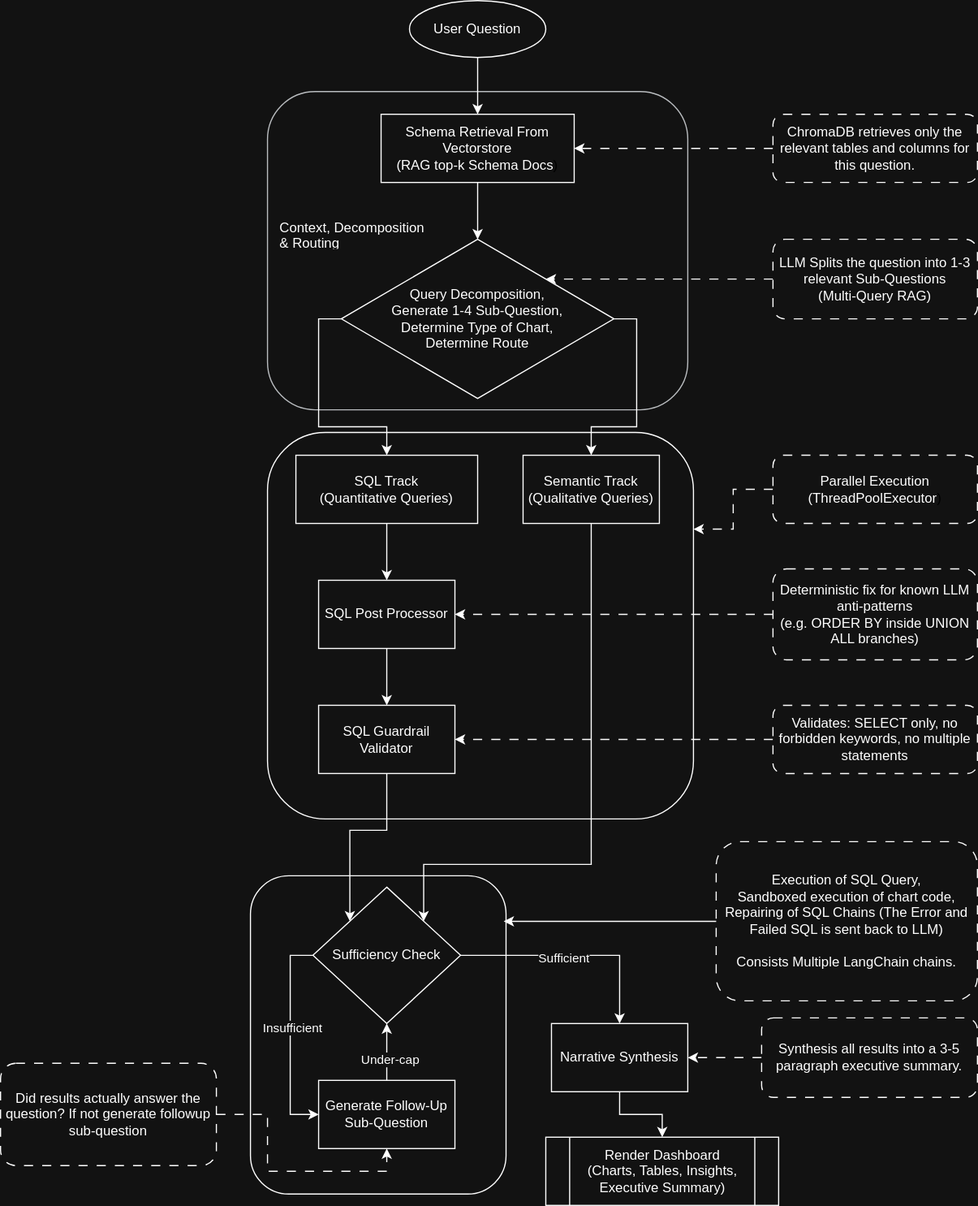
This is assets/InsightChain-final.drawio.svg from aman21900/InsightChain_Overview, a draw.io export, as it was before one commit. Source tidied: cells renumbered, new cells last; positions are measured from the earlier drawing's top-left corner, leaving out a move shared by most shapes.
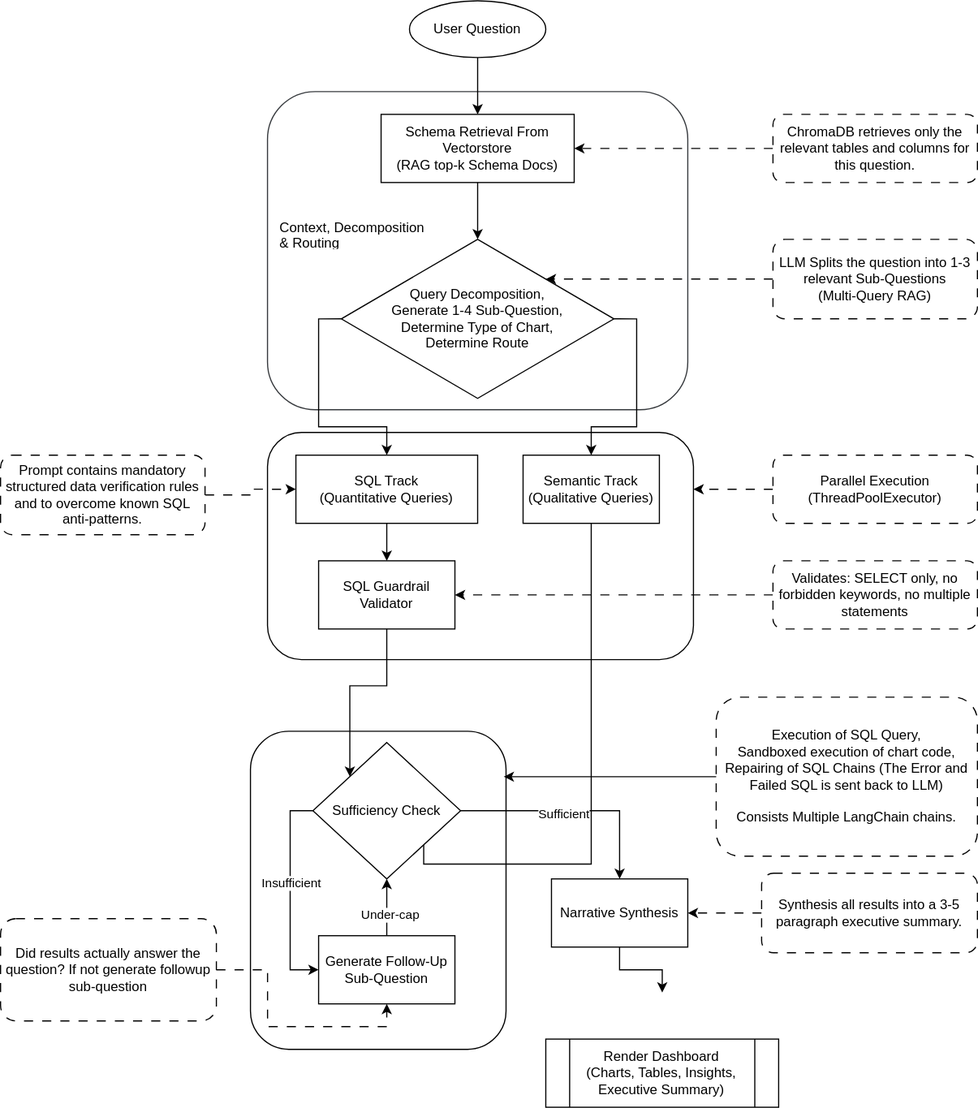
The same diagram one commit later.

Commit message:
Removed the information about SQL post processor from diagram and readme.

Change to the diagram source:
```diff
@@ -3,10 +3,10 @@
     <mxCell id="0" />
     <mxCell id="1" parent="0" />
     <mxCell id="2" style="rounded=1;whiteSpace=wrap;html=1;" parent="1" vertex="1">
-      <mxGeometry x="220" y="770" width="225" height="280" as="geometry" />
+      <mxGeometry x="220" y="643" width="225" height="280" as="geometry" />
     </mxCell>
     <mxCell id="3" style="rounded=1;whiteSpace=wrap;html=1;" parent="1" vertex="1">
-      <mxGeometry x="235" y="380" width="375" height="340" as="geometry" />
+      <mxGeometry x="235" y="380" width="375" height="200" as="geometry" />
     </mxCell>
     <mxCell id="4" style="rounded=1;whiteSpace=wrap;html=1;fillColor=default;strokeColor=#36393d;gradientColor=none;gradientDirection=south;" parent="1" vertex="1">
       <mxGeometry x="235" y="80" width="370" height="280" as="geometry" />
@@ -29,9 +29,6 @@
     <mxCell id="10" style="edgeStyle=orthogonalEdgeStyle;rounded=0;jettySize=auto;html=1;exitX=1;exitY=0.5;exitDx=0;exitDy=0;" parent="1" edge="1" source="30" target="14">
       <mxGeometry relative="1" as="geometry" />
     </mxCell>
-    <mxCell id="11" style="edgeStyle=orthogonalEdgeStyle;rounded=0;jettySize=auto;html=1;" parent="1" edge="1" source="12" target="16">
-      <mxGeometry relative="1" as="geometry" />
-    </mxCell>
     <mxCell id="12" value="SQL Track&lt;br&gt;(Quantitative Queries)" style="rounded=0;whiteSpace=wrap;html=1;" parent="1" vertex="1">
       <mxGeometry x="260" y="400" width="160" height="60" as="geometry" />
     </mxCell>
@@ -45,17 +42,14 @@
     <mxCell id="14" value="Semantic Track&lt;br&gt;(Qualitative Queries)" style="rounded=0;whiteSpace=wrap;html=1;" parent="1" vertex="1">
       <mxGeometry x="460" y="400" width="120" height="60" as="geometry" />
     </mxCell>
-    <mxCell id="15" style="edgeStyle=orthogonalEdgeStyle;rounded=0;jettySize=auto;html=1;" parent="1" edge="1" source="16" target="18">
+    <mxCell id="15" style="edgeStyle=orthogonalEdgeStyle;rounded=0;jettySize=auto;html=1;exitX=0.5;exitY=1;exitDx=0;exitDy=0;" parent="1" edge="1" source="12" target="18">
       <mxGeometry relative="1" as="geometry" />
     </mxCell>
-    <mxCell id="16" value="SQL Post Processor" style="rounded=0;whiteSpace=wrap;html=1;" parent="1" vertex="1">
-      <mxGeometry x="280" y="510" width="120" height="60" as="geometry" />
-    </mxCell>
     <mxCell id="17" style="edgeStyle=orthogonalEdgeStyle;rounded=0;jettySize=auto;html=1;entryX=0;entryY=0;entryDx=0;entryDy=0;" parent="1" edge="1" source="18" target="23">
       <mxGeometry relative="1" as="geometry" />
     </mxCell>
     <mxCell id="18" value="SQL Guardrail Validator" style="rounded=0;whiteSpace=wrap;html=1;" parent="1" vertex="1">
-      <mxGeometry x="280" y="620" width="120" height="60" as="geometry" />
+      <mxGeometry x="280" y="493" width="120" height="60" as="geometry" />
     </mxCell>
     <mxCell id="19" style="edgeStyle=orthogonalEdgeStyle;rounded=0;jettySize=auto;html=1;exitX=0;exitY=0.5;exitDx=0;exitDy=0;entryX=0;entryY=0.5;entryDx=0;entryDy=0;" parent="1" edge="1" source="23" target="26">
       <mxGeometry relative="1" as="geometry" />
@@ -70,7 +64,7 @@
       <mxGeometry x="-0.1" y="-2" relative="1" as="geometry" />
     </mxCell>
     <mxCell id="23" value="Sufficiency Check" style="rhombus;whiteSpace=wrap;html=1;" parent="1" vertex="1">
-      <mxGeometry x="275" y="780" width="130" height="120" as="geometry" />
+      <mxGeometry x="275" y="653" width="130" height="120" as="geometry" />
     </mxCell>
     <mxCell id="24" style="edgeStyle=orthogonalEdgeStyle;rounded=0;jettySize=auto;html=1;entryX=0.5;entryY=1;entryDx=0;entryDy=0;" parent="1" edge="1" source="26" target="23">
       <mxGeometry relative="1" as="geometry" />
@@ -79,16 +73,18 @@
       <mxGeometry x="-0.24" y="-2" relative="1" as="geometry" />
     </mxCell>
     <mxCell id="26" value="Generate Follow-Up Sub-Question" style="whiteSpace=wrap;html=1;" parent="1" vertex="1">
-      <mxGeometry x="280" y="950" width="120" height="60" as="geometry" />
+      <mxGeometry x="280" y="823" width="120" height="60" as="geometry" />
     </mxCell>
-    <mxCell id="27" style="edgeStyle=orthogonalEdgeStyle;rounded=0;jettySize=auto;html=1;" parent="1" edge="1" source="28" target="29">
-      <mxGeometry relative="1" as="geometry" />
+    <mxCell id="27" style="edgeStyle=orthogonalEdgeStyle;rounded=0;jettySize=auto;html=1;" parent="1" edge="1" source="28">
+      <mxGeometry relative="1" as="geometry">
+        <mxPoint x="582.5" y="873" as="targetPoint" />
+      </mxGeometry>
     </mxCell>
     <mxCell id="28" value="Narrative Synthesis" style="rounded=0;whiteSpace=wrap;html=1;" parent="1" vertex="1">
-      <mxGeometry x="485" y="900" width="120" height="60" as="geometry" />
+      <mxGeometry x="485" y="773" width="120" height="60" as="geometry" />
     </mxCell>
     <mxCell id="29" value="Render Dashboard&lt;br&gt;(Charts, Tables, Insights, Executive Summary)" style="shape=process;whiteSpace=wrap;html=1;backgroundOutline=1;rounded=0;" parent="1" vertex="1">
-      <mxGeometry x="480" y="1000" width="205" height="60" as="geometry" />
+      <mxGeometry x="480" y="914" width="205" height="60" as="geometry" />
     </mxCell>
     <mxCell id="30" value="&lt;div&gt;Query Decomposition,&lt;/div&gt;&lt;div&gt;Generate 1-4 Sub-Question,&lt;/div&gt;&lt;div&gt;Determine Type of Chart,&lt;/div&gt;&lt;div&gt;Determine Route&lt;/div&gt;" style="rhombus;whiteSpace=wrap;html=1;" parent="1" vertex="1">
       <mxGeometry x="300" y="210" width="240" height="140" as="geometry" />
@@ -114,20 +110,14 @@
     <mxCell id="37" value="Parallel Execution&lt;br&gt;(ThreadPoolExecutor&lt;span style=&quot;background-color: transparent; color: light-dark(rgb(0, 0, 0), rgb(255, 255, 255));&quot;&gt;)&lt;/span&gt;" style="rounded=1;whiteSpace=wrap;html=1;dashed=1;dashPattern=8 8;" parent="1" vertex="1">
       <mxGeometry x="680" y="400" width="180" height="60" as="geometry" />
     </mxCell>
-    <mxCell id="38" style="edgeStyle=orthogonalEdgeStyle;rounded=0;jettySize=auto;html=1;entryX=1;entryY=0.5;entryDx=0;entryDy=0;dashed=1;dashPattern=8 8;" parent="1" edge="1" source="39" target="16">
-      <mxGeometry relative="1" as="geometry" />
-    </mxCell>
-    <mxCell id="39" value="Deterministic fix for known LLM anti-patterns&lt;br&gt;(e.g. ORDER BY inside UNION ALL branches)" style="rounded=1;whiteSpace=wrap;html=1;dashed=1;dashPattern=8 8;" parent="1" vertex="1">
-      <mxGeometry x="680" y="500" width="180" height="80" as="geometry" />
-    </mxCell>
     <mxCell id="40" style="edgeStyle=orthogonalEdgeStyle;rounded=0;jettySize=auto;html=1;entryX=1;entryY=0.5;entryDx=0;entryDy=0;dashed=1;dashPattern=8 8;" parent="1" edge="1" source="41" target="18">
       <mxGeometry relative="1" as="geometry" />
     </mxCell>
     <mxCell id="41" value="Validates: SELECT only, no forbidden keywords, no multiple statements" style="rounded=1;whiteSpace=wrap;html=1;dashed=1;dashPattern=8 8;" parent="1" vertex="1">
-      <mxGeometry x="680" y="620" width="180" height="60" as="geometry" />
+      <mxGeometry x="680" y="493" width="180" height="60" as="geometry" />
     </mxCell>
     <mxCell id="42" value="Execution of SQL Query,&lt;br&gt;Sandboxed execution of chart code, Repairing of SQL Chains (The Error and Failed SQL is sent back to LLM)&lt;br&gt;&lt;br&gt;Consists Multiple LangChain chains." style="rounded=1;whiteSpace=wrap;html=1;dashed=1;dashPattern=8 8;" parent="1" vertex="1">
-      <mxGeometry x="630" y="740" width="230" height="140" as="geometry" />
+      <mxGeometry x="630" y="613" width="230" height="140" as="geometry" />
     </mxCell>
     <mxCell id="43" style="edgeStyle=orthogonalEdgeStyle;rounded=0;jettySize=auto;html=1;entryX=0.991;entryY=0.143;entryDx=0;entryDy=0;entryPerimeter=0;" parent="1" edge="1" source="42" target="2">
       <mxGeometry relative="1" as="geometry" />
@@ -136,13 +126,19 @@
       <mxGeometry relative="1" as="geometry" />
     </mxCell>
     <mxCell id="45" value="Did results actually answer the question? If not generate followup sub-question" style="rounded=1;whiteSpace=wrap;html=1;dashed=1;dashPattern=8 8;" parent="1" vertex="1">
-      <mxGeometry y="935" width="190" height="90" as="geometry" />
+      <mxGeometry y="808" width="190" height="90" as="geometry" />
     </mxCell>
     <mxCell id="46" style="edgeStyle=orthogonalEdgeStyle;rounded=0;jettySize=auto;html=1;dashed=1;dashPattern=8 8;" parent="1" edge="1" source="47" target="28">
       <mxGeometry relative="1" as="geometry" />
     </mxCell>
     <mxCell id="47" value="Synthesis all results into a 3-5 paragraph executive summary." style="rounded=1;whiteSpace=wrap;html=1;dashed=1;dashPattern=8 8;" parent="1" vertex="1">
-      <mxGeometry x="670" y="895" width="190" height="70" as="geometry" />
+      <mxGeometry x="670" y="768" width="190" height="70" as="geometry" />
     </mxCell>
+    <mxCell id="48" style="edgeStyle=orthogonalEdgeStyle;rounded=0;jettySize=auto;html=1;entryX=0;entryY=0.5;entryDx=0;entryDy=0;dashed=1;dashPattern=8 8;" parent="1" edge="1" source="49" target="12">
+      <mxGeometry relative="1" as="geometry" />
+    </mxCell>
+    <mxCell id="49" value="Prompt contains mandatory structured data verification rules and to overcome known SQL anti-patterns." style="rounded=1;whiteSpace=wrap;html=1;dashed=1;dashPattern=8 8;" parent="1" vertex="1">
+      <mxGeometry y="400" width="180" height="70" as="geometry" />
+    </mxCell>
   </root>
 </mxGraphModel>
```
